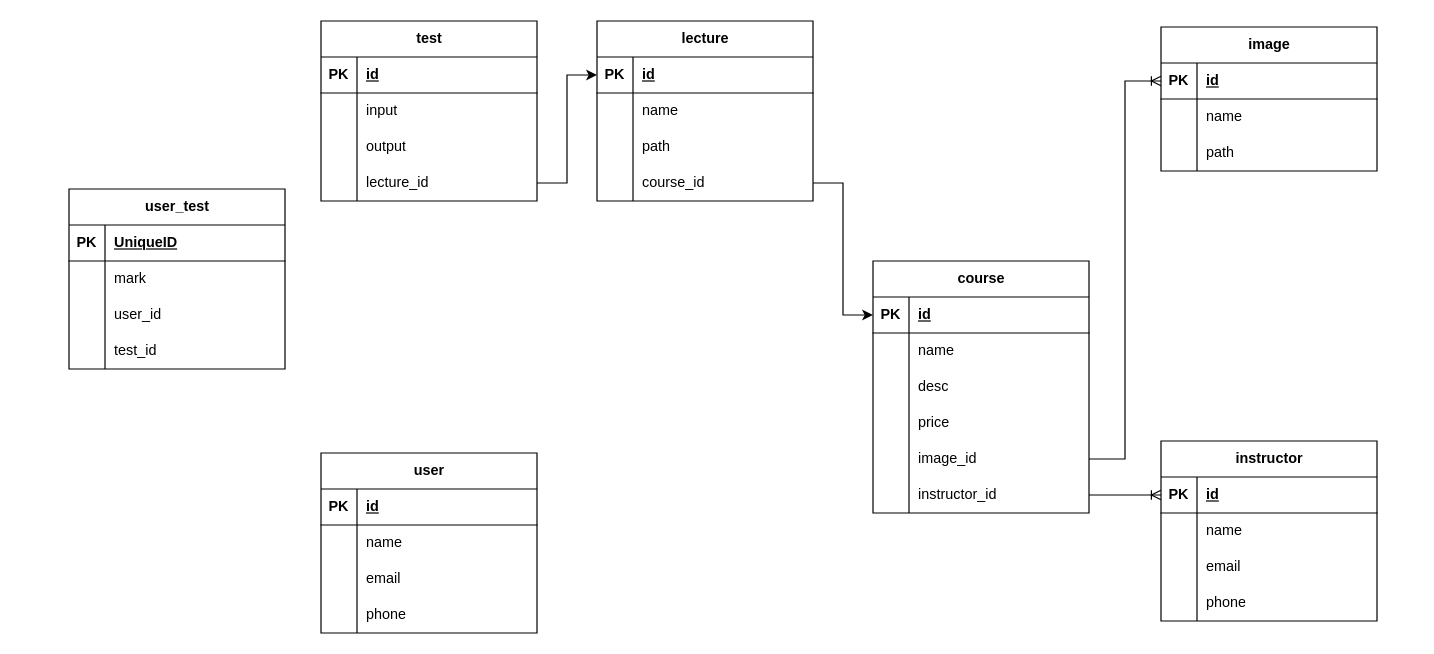
Before: Lms.drawio in andrew-atef/andrew-atef, a draw.io diagram. Source tidied: cells renumbered, new cells numbered last; positions are measured from the earlier drawing's top-left corner, leaving out a move shared by most shapes. Both pictures are drawn from the tidied source at 120%, with x=0, y=0 at pixel (68, 20).
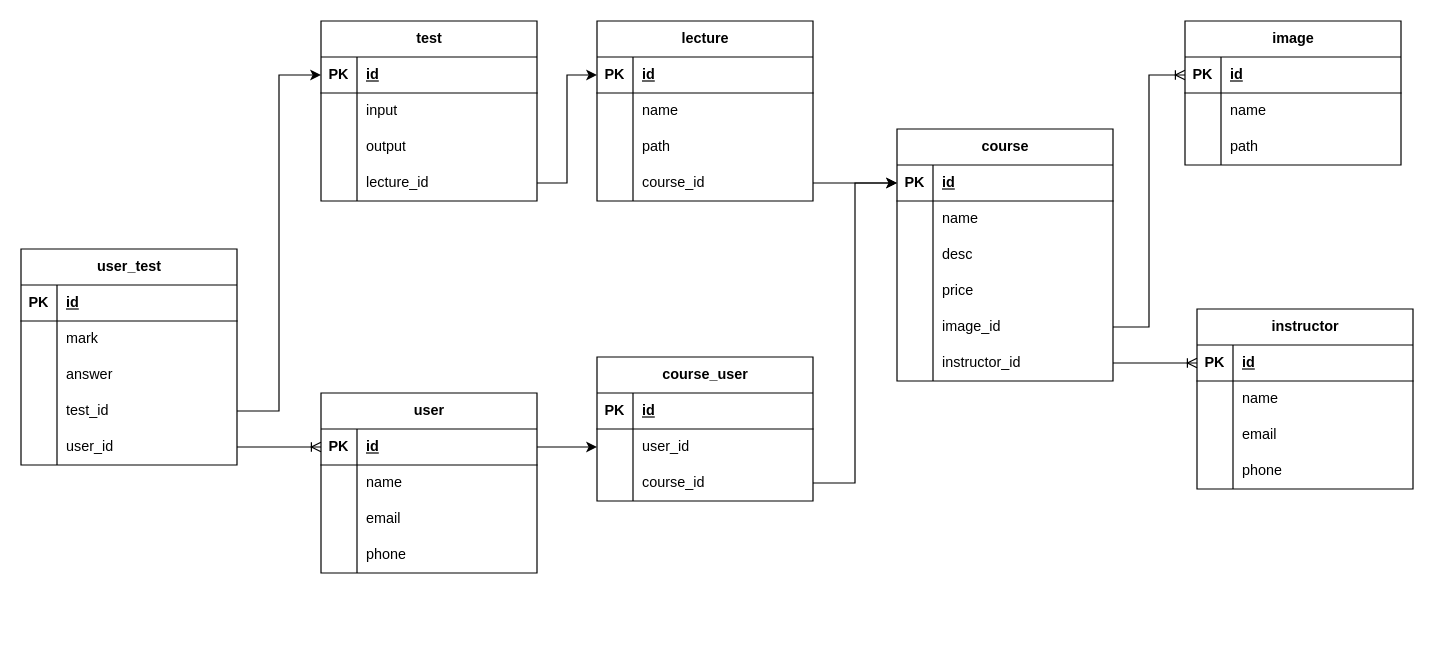
After the change.

The change refers to these unchanged cells:
```xml
<mxCell id="3" style="shape=tableRow;horizontal=0;startSize=0;swimlaneHead=0;swimlaneBody=0;fillColor=none;points=[[0,0.5],[1,0.5]];portConstraint=eastwest;top=0;left=0;right=0;bottom=1;" parent="2" vertex="1">
  <mxGeometry y="30" width="180" height="30" as="geometry" />
</mxCell>
<mxCell id="29" style="shape=tableRow;horizontal=0;startSize=0;swimlaneHead=0;swimlaneBody=0;fillColor=none;points=[[0,0.5],[1,0.5]];portConstraint=eastwest;top=0;left=0;right=0;bottom=1;" parent="28" vertex="1">
  <mxGeometry y="30" width="180" height="30" as="geometry" />
</mxCell>
<mxCell id="74" style="shape=tableRow;horizontal=0;startSize=0;swimlaneHead=0;swimlaneBody=0;fillColor=none;points=[[0,0.5],[1,0.5]];portConstraint=eastwest;top=0;left=0;right=0;bottom=1;" parent="73" vertex="1">
  <mxGeometry y="30" width="180" height="30" as="geometry" />
</mxCell>
<mxCell id="88" style="shape=tableRow;horizontal=0;startSize=0;swimlaneHead=0;swimlaneBody=0;fillColor=none;top=0;left=0;right=0;bottom=1;" parent="87" vertex="1">
  <mxGeometry y="30" width="180" height="30" as="geometry" />
</mxCell>
```

Diff of the diagram source:
```diff
@@
     <mxCell id="2" value="user" style="shape=table;startSize=30;childLayout=tableLayout;rowLines=0;fontStyle=1;align=center;html=1;" parent="1" vertex="1">
-      <mxGeometry x="210" y="360" width="180" height="150" as="geometry" />
+      <mxGeometry x="210" y="310" width="180" height="150" as="geometry" />
     </mxCell>
@@
     <mxCell id="15" value="instructor" style="shape=table;startSize=30;childLayout=tableLayout;rowLines=0;fontStyle=1;align=center;html=1;" parent="1" vertex="1">
-      <mxGeometry x="910" y="350" width="180" height="150" as="geometry" />
+      <mxGeometry x="940" y="240" width="180" height="150" as="geometry" />
     </mxCell>
@@
     <mxCell id="28" value="course" style="shape=table;startSize=30;childLayout=tableLayout;rowLines=0;fontStyle=1;align=center;html=1;" parent="1" vertex="1">
-      <mxGeometry x="670" y="200" width="180" height="210" as="geometry" />
+      <mxGeometry x="690" y="90" width="180" height="210" as="geometry" />
     </mxCell>
@@
     <mxCell id="47" value="image" style="shape=table;startSize=30;childLayout=tableLayout;rowLines=0;fontStyle=1;align=center;html=1;" parent="1" vertex="1">
-      <mxGeometry x="910" y="5" width="180" height="120" as="geometry" />
+      <mxGeometry x="930" width="180" height="120" as="geometry" />
     </mxCell>
@@
     <mxCell id="87" value="user_test" style="shape=table;startSize=30;childLayout=tableLayout;rowLines=0;fontStyle=1;align=center;html=1;" parent="1" vertex="1">
-      <mxGeometry y="140" width="180" height="150" as="geometry" />
+      <mxGeometry x="-40" y="190" width="180" height="180" as="geometry" />
     </mxCell>
@@
-    <mxCell id="90" value="UniqueID" style="shape=partialRectangle;fillColor=none;top=0;left=0;bottom=0;right=0;align=left;spacingLeft=6;fontStyle=5;overflow=hidden;whiteSpace=wrap;html=1;" parent="88" vertex="1">
+    <mxCell id="90" value="id" style="shape=partialRectangle;fillColor=none;top=0;left=0;bottom=0;right=0;align=left;spacingLeft=6;fontStyle=5;overflow=hidden;whiteSpace=wrap;html=1;" parent="88" vertex="1">
       <mxGeometry x="30" width="150" height="30" as="geometry" />
     </mxCell>
@@
+    <mxCell id="100" style="shape=tableRow;horizontal=0;startSize=0;swimlaneHead=0;swimlaneBody=0;fillColor=none;top=0;left=0;right=0;bottom=0;" parent="87" vertex="1">
+      <mxGeometry y="90" width="180" height="30" as="geometry" />
+    </mxCell>
+    <mxCell id="101" style="shape=partialRectangle;fillColor=none;top=0;left=0;bottom=0;right=0;overflow=hidden;whiteSpace=wrap;html=1;" parent="100" vertex="1">
+      <mxGeometry width="30" height="30" as="geometry" />
+    </mxCell>
+    <mxCell id="102" value="answer" style="shape=partialRectangle;fillColor=none;top=0;left=0;bottom=0;right=0;align=left;spacingLeft=6;overflow=hidden;whiteSpace=wrap;html=1;" parent="100" vertex="1">
+      <mxGeometry x="30" width="150" height="30" as="geometry" />
+    </mxCell>
     <mxCell id="94" style="shape=tableRow;horizontal=0;startSize=0;swimlaneHead=0;swimlaneBody=0;fillColor=none;points=[[0,0.5],[1,0.5]];portConstraint=eastwest;top=0;left=0;right=0;bottom=0;" parent="87" vertex="1">
-      <mxGeometry y="90" width="180" height="30" as="geometry" />
+      <mxGeometry y="120" width="180" height="30" as="geometry" />
     </mxCell>
@@
-    <mxCell id="96" value="user_id" style="shape=partialRectangle;fillColor=none;top=0;left=0;bottom=0;right=0;align=left;spacingLeft=6;overflow=hidden;whiteSpace=wrap;html=1;" parent="94" vertex="1">
+    <mxCell id="96" value="test_id" style="shape=partialRectangle;fillColor=none;top=0;left=0;bottom=0;right=0;align=left;spacingLeft=6;overflow=hidden;whiteSpace=wrap;html=1;" parent="94" vertex="1">
       <mxGeometry x="30" width="150" height="30" as="geometry" />
     </mxCell>
     <mxCell id="97" style="shape=tableRow;horizontal=0;startSize=0;swimlaneHead=0;swimlaneBody=0;fillColor=none;points=[[0,0.5],[1,0.5]];portConstraint=eastwest;top=0;left=0;right=0;bottom=0;" parent="87" vertex="1">
-      <mxGeometry y="120" width="180" height="30" as="geometry" />
+      <mxGeometry y="150" width="180" height="30" as="geometry" />
     </mxCell>
@@
-    <mxCell id="99" value="test_id" style="shape=partialRectangle;fillColor=none;top=0;left=0;bottom=0;right=0;align=left;spacingLeft=6;overflow=hidden;whiteSpace=wrap;html=1;" parent="97" vertex="1">
+    <mxCell id="99" value="user_id" style="shape=partialRectangle;fillColor=none;top=0;left=0;bottom=0;right=0;align=left;spacingLeft=6;overflow=hidden;whiteSpace=wrap;html=1;" parent="97" vertex="1">
       <mxGeometry x="30" width="150" height="30" as="geometry" />
     </mxCell>
+    <mxCell id="103" style="edgeStyle=entityRelationEdgeStyle;fontSize=12;html=1;endArrow=ERoneToMany;rounded=0;exitX=1;exitY=0.5;exitDx=0;exitDy=0;entryX=0;entryY=0.5;entryDx=0;entryDy=0;" parent="1" edge="1" source="97" target="3">
+      <mxGeometry relative="1" as="geometry" />
+    </mxCell>
+    <mxCell id="104" style="edgeStyle=orthogonalEdgeStyle;rounded=0;jettySize=auto;html=1;exitX=1;exitY=0.5;exitDx=0;exitDy=0;entryX=0;entryY=0.5;entryDx=0;entryDy=0;" parent="1" edge="1" source="94" target="74">
+      <mxGeometry relative="1" as="geometry" />
+    </mxCell>
+    <mxCell id="105" value="course_user" style="shape=table;startSize=30;childLayout=tableLayout;rowLines=0;fontStyle=1;align=center;html=1;" parent="1" vertex="1">
+      <mxGeometry x="440" y="280" width="180" height="120" as="geometry" />
+    </mxCell>
+    <mxCell id="106" style="shape=tableRow;horizontal=0;startSize=0;swimlaneHead=0;swimlaneBody=0;fillColor=none;top=0;left=0;right=0;bottom=1;" parent="105" vertex="1">
+      <mxGeometry y="30" width="180" height="30" as="geometry" />
+    </mxCell>
+    <mxCell id="107" value="PK" style="shape=partialRectangle;fillColor=none;top=0;left=0;bottom=0;right=0;fontStyle=1;overflow=hidden;whiteSpace=wrap;html=1;" parent="106" vertex="1">
+      <mxGeometry width="30" height="30" as="geometry" />
+    </mxCell>
+    <mxCell id="108" value="id" style="shape=partialRectangle;fillColor=none;top=0;left=0;bottom=0;right=0;align=left;spacingLeft=6;fontStyle=5;overflow=hidden;whiteSpace=wrap;html=1;" parent="106" vertex="1">
+      <mxGeometry x="30" width="150" height="30" as="geometry" />
+    </mxCell>
+    <mxCell id="109" style="shape=tableRow;horizontal=0;startSize=0;swimlaneHead=0;swimlaneBody=0;fillColor=none;points=[[0,0.5],[1,0.5]];portConstraint=eastwest;top=0;left=0;right=0;bottom=0;" parent="105" vertex="1">
+      <mxGeometry y="60" width="180" height="30" as="geometry" />
+    </mxCell>
+    <mxCell id="110" style="shape=partialRectangle;fillColor=none;top=0;left=0;bottom=0;right=0;overflow=hidden;whiteSpace=wrap;html=1;" parent="109" vertex="1">
+      <mxGeometry width="30" height="30" as="geometry" />
+    </mxCell>
+    <mxCell id="111" value="user_id" style="shape=partialRectangle;fillColor=none;top=0;left=0;bottom=0;right=0;align=left;spacingLeft=6;overflow=hidden;whiteSpace=wrap;html=1;" parent="109" vertex="1">
+      <mxGeometry x="30" width="150" height="30" as="geometry" />
+    </mxCell>
+    <mxCell id="112" style="shape=tableRow;horizontal=0;startSize=0;swimlaneHead=0;swimlaneBody=0;fillColor=none;points=[[0,0.5],[1,0.5]];portConstraint=eastwest;top=0;left=0;right=0;bottom=0;" parent="105" vertex="1">
+      <mxGeometry y="90" width="180" height="30" as="geometry" />
+    </mxCell>
+    <mxCell id="113" style="shape=partialRectangle;fillColor=none;top=0;left=0;bottom=0;right=0;overflow=hidden;whiteSpace=wrap;html=1;" parent="112" vertex="1">
+      <mxGeometry width="30" height="30" as="geometry" />
+    </mxCell>
+    <mxCell id="114" value="course_id" style="shape=partialRectangle;fillColor=none;top=0;left=0;bottom=0;right=0;align=left;spacingLeft=6;overflow=hidden;whiteSpace=wrap;html=1;" parent="112" vertex="1">
+      <mxGeometry x="30" width="150" height="30" as="geometry" />
+    </mxCell>
+    <mxCell id="115" style="edgeStyle=orthogonalEdgeStyle;rounded=0;jettySize=auto;html=1;exitX=1;exitY=0.5;exitDx=0;exitDy=0;entryX=0;entryY=0.5;entryDx=0;entryDy=0;" parent="1" edge="1" source="3" target="109">
+      <mxGeometry relative="1" as="geometry" />
+    </mxCell>
+    <mxCell id="116" style="edgeStyle=orthogonalEdgeStyle;rounded=0;jettySize=auto;html=1;exitX=1;exitY=0.5;exitDx=0;exitDy=0;entryX=0;entryY=0.5;entryDx=0;entryDy=0;" parent="1" edge="1" source="112" target="29">
+      <mxGeometry relative="1" as="geometry" />
+    </mxCell>
```
